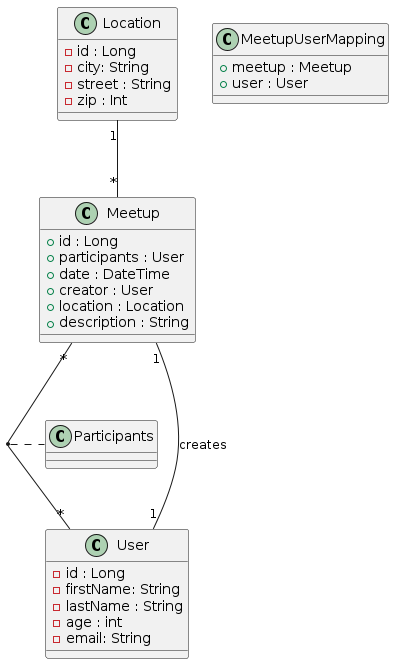
Above: images/diagram-classes.png in 2223-3bhif-syp/02-projekte-mopedmeetup (PlantUML), before the change.
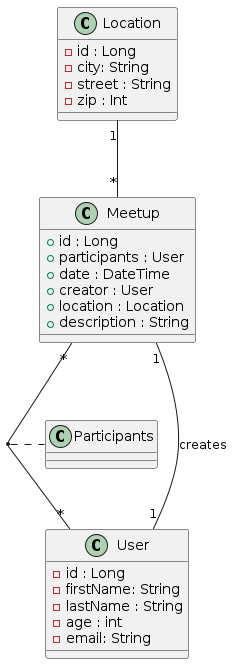
After the commit.

The edit, as a diff of the source:
```diff
@@ -22,11 +22,6 @@
     - zip : Int
 }
 
-class MeetupUserMapping {
-    + meetup : Meetup
-    + user : User
-}
-
 
 
 Location "1"--"*" Meetup : ""
```
